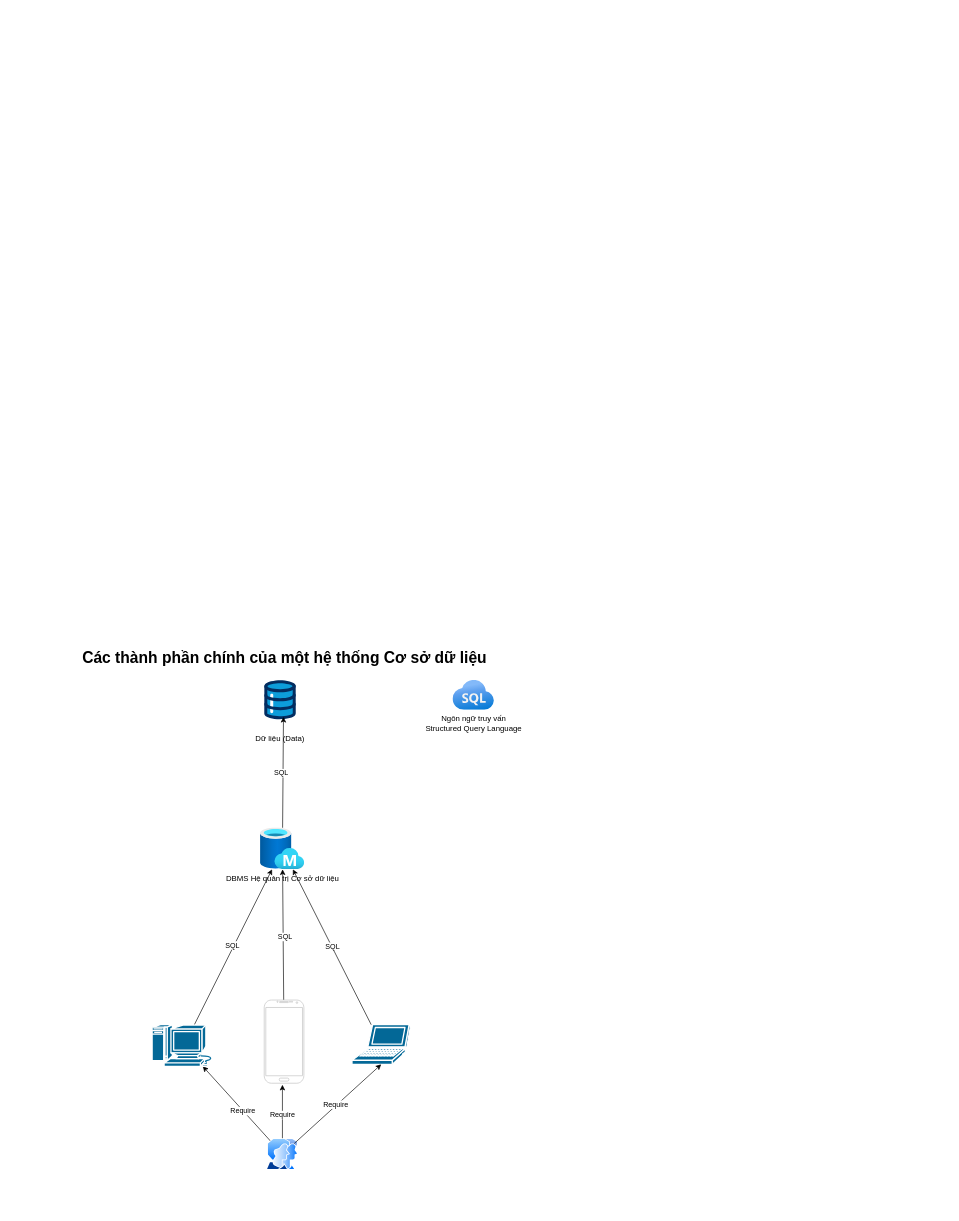
This is Cơ sở dữ liệu/Buổi 1/1. Góc nhìn tổng quan về môn học.drawio from OmenNDT/AI-Learning-Journey, a draw.io file, before an edit. Source tidied: cells renumbered, new cells numbered last; positions are measured from the earlier drawing's top-left corner, leaving out a move shared by most shapes. Both pictures are drawn from the tidied source at 65%, with x=0, y=0 at pixel (50, 645).
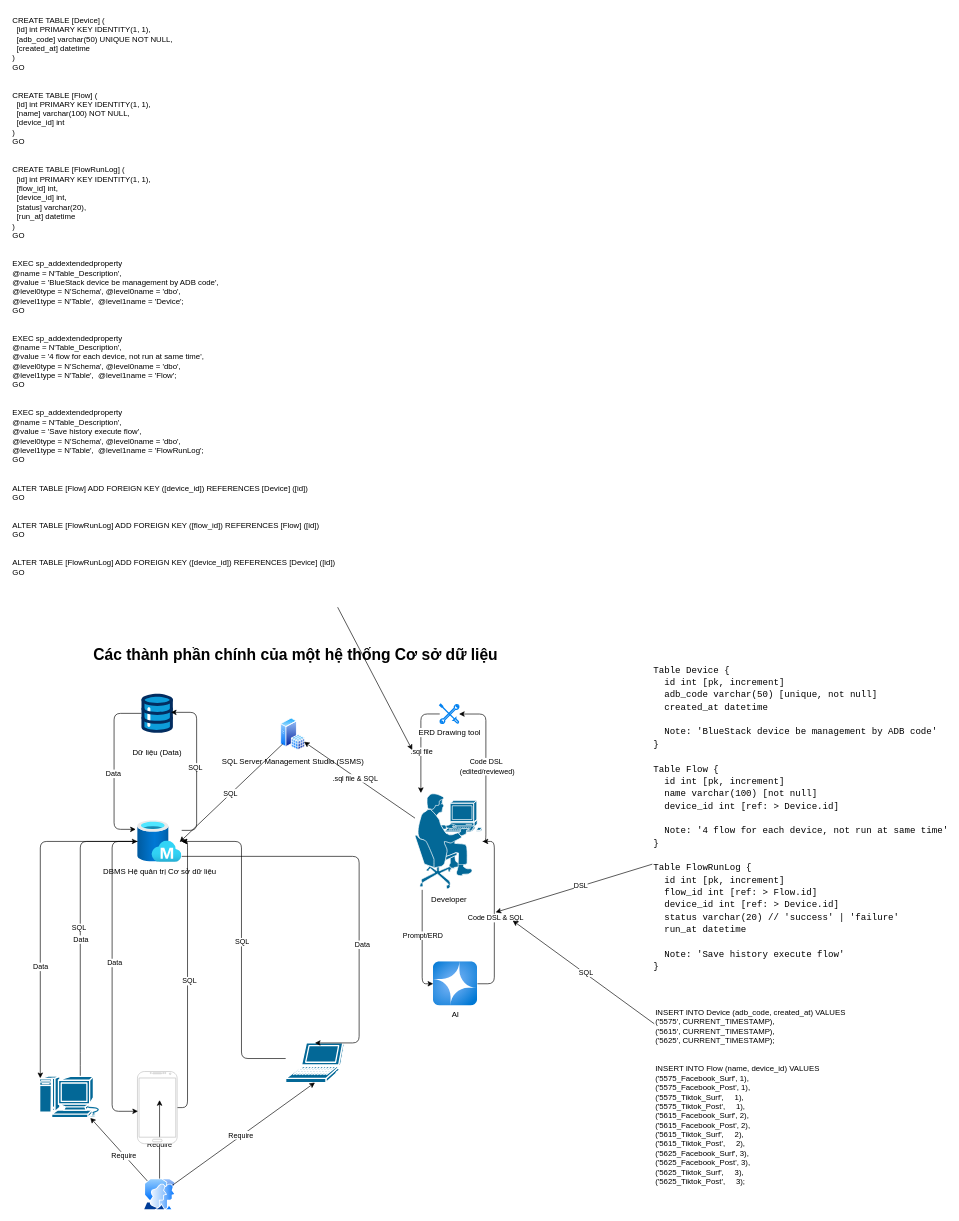
The same page after the edit.

Commit message (it also covers changes not shown here):
Update Folder Co so du lieu buoi 1

Change to the diagram source:
```diff
@@
     <mxCell id="2" value="Dữ liệu (Data)" style="verticalLabelPosition=bottom;html=1;shape=mxgraph.salesforce.data;" parent="1" vertex="1">
-      <mxGeometry x="329" y="54" width="48.6" height="60" as="geometry" />
+      <mxGeometry x="140" y="75" width="48.6" height="60" as="geometry" />
     </mxCell>
     <mxCell id="3" value="Các thành phần chính của một hệ thống Cơ sở dữ liệu" style="text;strokeColor=none;fillColor=none;html=1;fontSize=24;fontStyle=1;verticalAlign=middle;align=center;" parent="1" vertex="1">
-      <mxGeometry width="720" height="40" as="geometry" />
+      <mxGeometry x="17" y="-4" width="720" height="40" as="geometry" />
     </mxCell>
-    <mxCell id="4" value="Ngôn ngữ truy vấn&lt;div&gt;Structured Query Language&lt;br&gt;&lt;/div&gt;" style="image;html=1;align=center;fontSize=12;image=img/lib/azure2/databases/Azure_SQL.svg;" parent="1" vertex="1">
-      <mxGeometry x="619" y="54" width="64" height="46" as="geometry" />
-    </mxCell>
     <mxCell id="5" value="DBMS&amp;nbsp;Hệ quản trị Cơ sở dữ liệu" style="image;html=1;points=[];align=center;fontSize=12;image=img/lib/azure2/databases/Managed_Database.svg;" parent="1" vertex="1">
-      <mxGeometry x="323" y="281" width="68" height="64" as="geometry" />
+      <mxGeometry x="134" y="270" width="68" height="64" as="geometry" />
     </mxCell>
     <mxCell id="6" style="edgeStyle=none;html=1;" parent="1" edge="1" source="10">
       <mxGeometry relative="1" as="geometry">
-        <mxPoint x="357" y="676.4" as="targetPoint" />
+        <mxPoint x="168" y="700" as="targetPoint" />
       </mxGeometry>
     </mxCell>
@@
     <mxCell id="10" style="image;perimeter=ellipsePerimeter;html=1;align=center;shadow=0;dashed=0;spacingTop=3;image=img/lib/active_directory/user_accounts.svg;" parent="1" vertex="1">
-      <mxGeometry x="332" y="759" width="50" height="48.5" as="geometry" />
+      <mxGeometry x="143" y="821" width="50" height="48.5" as="geometry" />
     </mxCell>
-    <mxCell id="11" style="edgeStyle=none;html=1;" parent="1" edge="1" source="13" target="5">
-      <mxGeometry relative="1" as="geometry" />
+    <mxCell id="11" style="edgeStyle=orthogonalEdgeStyle;html=1;" parent="1" edge="1" source="13" target="5">
+      <mxGeometry relative="1" as="geometry">
+        <Array as="points">
+          <mxPoint x="211" y="712" />
+          <mxPoint x="211" y="302" />
+        </Array>
+      </mxGeometry>
     </mxCell>
@@
     <mxCell id="13" style="verticalLabelPosition=bottom;verticalAlign=top;html=1;shadow=0;dashed=0;strokeWidth=1;shape=mxgraph.android.phone2;strokeColor=#c0c0c0;" parent="1" vertex="1">
-      <mxGeometry x="329" y="546" width="61" height="128" as="geometry" />
+      <mxGeometry x="134" y="656" width="61" height="111" as="geometry" />
     </mxCell>
-    <mxCell id="14" style="edgeStyle=none;html=1;" parent="1" edge="1" source="16" target="5">
-      <mxGeometry relative="1" as="geometry" />
+    <mxCell id="14" style="edgeStyle=orthogonalEdgeStyle;html=1;" parent="1" edge="1" source="16" target="5">
+      <mxGeometry relative="1" as="geometry">
+        <Array as="points">
+          <mxPoint x="294" y="636" />
+          <mxPoint x="294" y="302" />
+        </Array>
+      </mxGeometry>
     </mxCell>
@@
     <mxCell id="16" style="shape=mxgraph.cisco.computers_and_peripherals.laptop;html=1;dashed=0;fillColor=#036897;strokeColor=#ffffff;strokeWidth=2;verticalLabelPosition=bottom;verticalAlign=top;align=center;outlineConnect=0;" parent="1" vertex="1">
-      <mxGeometry x="464" y="584" width="90" height="61" as="geometry" />
+      <mxGeometry x="362" y="612" width="90" height="61" as="geometry" />
     </mxCell>
-    <mxCell id="17" style="edgeStyle=none;html=1;" parent="1" edge="1" source="19" target="5">
-      <mxGeometry relative="1" as="geometry" />
+    <mxCell id="17" style="edgeStyle=orthogonalEdgeStyle;html=1;" parent="1" edge="1" source="19" target="5">
+      <mxGeometry relative="1" as="geometry">
+        <Array as="points">
+          <mxPoint x="46" y="637" />
+          <mxPoint x="46" y="302" />
+        </Array>
+      </mxGeometry>
     </mxCell>
@@
+    <mxCell id="24" value="Data" style="edgeLabel;html=1;align=center;verticalAlign=middle;" parent="17" vertex="1">
+      <mxGeometry x="-0.06" relative="1" as="geometry" />
+    </mxCell>
     <mxCell id="19" style="shape=mxgraph.cisco.computers_and_peripherals.macintosh;html=1;dashed=0;fillColor=#036897;strokeColor=#ffffff;strokeWidth=2;verticalLabelPosition=bottom;verticalAlign=top;align=center;outlineConnect=0;" parent="1" vertex="1">
-      <mxGeometry x="156" y="584" width="99" height="64" as="geometry" />
+      <mxGeometry x="-17" y="663" width="99" height="64" as="geometry" />
     </mxCell>
@@
-    <mxCell id="22" style="edgeStyle=none;html=1;entryX=0.61;entryY=0.941;entryDx=0;entryDy=0;entryPerimeter=0;" parent="1" edge="1" source="5" target="2">
-      <mxGeometry relative="1" as="geometry" />
+    <mxCell id="22" style="edgeStyle=orthogonalEdgeStyle;html=1;entryX=0.937;entryY=0.474;entryDx=0;entryDy=0;entryPerimeter=0;" parent="1" edge="1" source="5" target="2">
+      <mxGeometry relative="1" as="geometry">
+        <Array as="points">
+          <mxPoint x="225" y="285" />
+          <mxPoint x="225" y="103" />
+          <mxPoint x="186" y="103" />
+        </Array>
+      </mxGeometry>
     </mxCell>
@@
+    <mxCell id="25" value="SQL Server Management Studio (SSMS)" style="image;perimeter=ellipsePerimeter;html=1;align=center;shadow=0;dashed=0;spacingTop=3;image=img/lib/active_directory/sql_server.svg;" parent="1" vertex="1">
+      <mxGeometry x="354" y="112" width="38.5" height="50" as="geometry" />
+    </mxCell>
+    <mxCell id="26" style="edgeStyle=none;html=1;entryX=0.956;entryY=0.516;entryDx=0;entryDy=0;entryPerimeter=0;" parent="1" edge="1" source="25" target="5">
+      <mxGeometry relative="1" as="geometry" />
+    </mxCell>
+    <mxCell id="27" value="SQL" style="edgeLabel;html=1;align=center;verticalAlign=middle;" parent="26" vertex="1">
+      <mxGeometry x="0.01" y="-1" relative="1" as="geometry" />
+    </mxCell>
+    <mxCell id="28" style="edgeStyle=none;html=1;" parent="1" edge="1" source="34" target="25">
+      <mxGeometry relative="1" as="geometry" />
+    </mxCell>
+    <mxCell id="29" value=".sql file &amp;amp; SQL" style="edgeLabel;html=1;align=center;verticalAlign=middle;" parent="28" vertex="1">
+      <mxGeometry x="0.07" y="2" relative="1" as="geometry" />
+    </mxCell>
+    <mxCell id="30" style="edgeStyle=orthogonalEdgeStyle;html=1;" parent="1" edge="1" source="34" target="37">
+      <mxGeometry relative="1" as="geometry">
+        <Array as="points">
+          <mxPoint x="670" y="302" />
+          <mxPoint x="670" y="106" />
+        </Array>
+      </mxGeometry>
+    </mxCell>
+    <mxCell id="31" value="Code DSL&amp;nbsp;&lt;div&gt;(edited/reviewed)&lt;/div&gt;" style="edgeLabel;html=1;align=center;verticalAlign=middle;" parent="30" vertex="1">
+      <mxGeometry y="-1" relative="1" as="geometry" />
+    </mxCell>
+    <mxCell id="32" style="edgeStyle=orthogonalEdgeStyle;html=1;" parent="1" edge="1" source="34" target="40">
+      <mxGeometry relative="1" as="geometry">
+        <Array as="points">
+          <mxPoint x="572" y="521" />
+        </Array>
+      </mxGeometry>
+    </mxCell>
+    <mxCell id="33" value="Prompt/ERD" style="edgeLabel;html=1;align=center;verticalAlign=middle;" parent="32" vertex="1">
+      <mxGeometry x="-0.13" relative="1" as="geometry" />
+    </mxCell>
+    <mxCell id="34" value="Developer" style="shape=mxgraph.cisco.people.pc_man;html=1;dashed=0;fillColor=#036897;strokeColor=#ffffff;strokeWidth=2;verticalLabelPosition=bottom;verticalAlign=top;align=center;outlineConnect=0;" parent="1" vertex="1">
+      <mxGeometry x="561" y="227.5" width="104" height="149" as="geometry" />
+    </mxCell>
+    <mxCell id="35" style="edgeStyle=orthogonalEdgeStyle;html=1;" parent="1" edge="1" source="37" target="34">
+      <mxGeometry relative="1" as="geometry">
+        <Array as="points">
+          <mxPoint x="570" y="106" />
+        </Array>
+      </mxGeometry>
+    </mxCell>
+    <mxCell id="36" value=".sql file" style="edgeLabel;html=1;align=center;verticalAlign=middle;" parent="35" vertex="1">
+      <mxGeometry x="0.16" relative="1" as="geometry" />
+    </mxCell>
+    <mxCell id="37" value="ERD Drawing tool" style="html=1;verticalLabelPosition=bottom;align=center;labelBackgroundColor=#ffffff;verticalAlign=top;strokeWidth=2;strokeColor=#0080F0;shadow=0;dashed=0;shape=mxgraph.ios7.icons.tools;" parent="1" vertex="1">
+      <mxGeometry x="599" y="91" width="29.7" height="29.7" as="geometry" />
+    </mxCell>
+    <mxCell id="38" style="edgeStyle=orthogonalEdgeStyle;html=1;" parent="1" edge="1" source="40" target="34">
+      <mxGeometry relative="1" as="geometry">
+        <Array as="points">
+          <mxPoint x="683" y="521" />
+          <mxPoint x="683" y="302" />
+        </Array>
+      </mxGeometry>
+    </mxCell>
+    <mxCell id="39" value="Code DSL &amp;amp; SQL" style="edgeLabel;html=1;align=center;verticalAlign=middle;" parent="38" vertex="1">
+      <mxGeometry x="-0.03" y="-1" relative="1" as="geometry" />
+    </mxCell>
+    <mxCell id="40" value="AI" style="image;html=1;points=[];align=center;fontSize=12;image=img/lib/azure2/ai_machine_learning/Azure_OpenAI.svg;" parent="1" vertex="1">
+      <mxGeometry x="589" y="487" width="68" height="68" as="geometry" />
+    </mxCell>
+    <mxCell id="41" style="edgeStyle=orthogonalEdgeStyle;html=1;entryX=0.015;entryY=0.05;entryDx=0;entryDy=0;entryPerimeter=0;" parent="1" edge="1" source="5" target="19">
+      <mxGeometry relative="1" as="geometry" />
+    </mxCell>
+    <mxCell id="42" value="Data" style="edgeLabel;html=1;align=center;verticalAlign=middle;" parent="41" vertex="1">
+      <mxGeometry x="0.33" relative="1" as="geometry" />
+    </mxCell>
+    <mxCell id="43" style="edgeStyle=orthogonalEdgeStyle;html=1;entryX=0.5;entryY=0;entryDx=0;entryDy=0;entryPerimeter=0;" parent="1" edge="1" source="5" target="16">
+      <mxGeometry relative="1" as="geometry">
+        <Array as="points">
+          <mxPoint x="475" y="325" />
+          <mxPoint x="475" y="612" />
+        </Array>
+      </mxGeometry>
+    </mxCell>
+    <mxCell id="44" value="Data" style="edgeLabel;html=1;align=center;verticalAlign=middle;" parent="43" vertex="1">
+      <mxGeometry x="0.3" y="4" relative="1" as="geometry" />
+    </mxCell>
+    <mxCell id="45" style="edgeStyle=orthogonalEdgeStyle;html=1;entryX=0.013;entryY=0.551;entryDx=0;entryDy=0;entryPerimeter=0;" parent="1" edge="1" source="5" target="13">
+      <mxGeometry relative="1" as="geometry">
+        <Array as="points">
+          <mxPoint x="95" y="302" />
+          <mxPoint x="95" y="717" />
+        </Array>
+      </mxGeometry>
+    </mxCell>
+    <mxCell id="46" value="Data" style="edgeLabel;html=1;align=center;verticalAlign=middle;" parent="45" vertex="1">
+      <mxGeometry x="-0.09" y="3" relative="1" as="geometry" />
+    </mxCell>
+    <mxCell id="47" style="edgeStyle=orthogonalEdgeStyle;html=1;entryX=-0.039;entryY=0.21;entryDx=0;entryDy=0;entryPerimeter=0;" parent="1" edge="1" source="2" target="5">
+      <mxGeometry relative="1" as="geometry">
+        <Array as="points">
+          <mxPoint x="98" y="105" />
+          <mxPoint x="98" y="283" />
+        </Array>
+      </mxGeometry>
+    </mxCell>
+    <mxCell id="48" value="Data" style="edgeLabel;html=1;align=center;verticalAlign=middle;" parent="47" vertex="1">
+      <mxGeometry x="0.06" y="-2" relative="1" as="geometry" />
+    </mxCell>
+    <mxCell id="49" style="edgeStyle=none;html=1;" parent="1" edge="1" source="51">
+      <mxGeometry relative="1" as="geometry">
+        <mxPoint x="685" y="411" as="targetPoint" />
+      </mxGeometry>
+    </mxCell>
+    <mxCell id="50" value="DSL" style="edgeLabel;html=1;align=center;verticalAlign=middle;" parent="49" vertex="1">
+      <mxGeometry x="-0.09" y="-1" relative="1" as="geometry" />
+    </mxCell>
+    <mxCell id="51" value="&lt;div style=&quot;font-family: Consolas, &amp;quot;Courier New&amp;quot;, monospace; font-weight: normal; font-size: 14px; line-height: 19px; white-space-collapse: preserve;&quot;&gt;&lt;div&gt;&lt;span style=&quot;&quot;&gt;Table&lt;/span&gt;&lt;span style=&quot;&quot;&gt; Device {&lt;/span&gt;&lt;/div&gt;&lt;div&gt;&lt;span style=&quot;&quot;&gt;&amp;nbsp; id &lt;/span&gt;&lt;span style=&quot;&quot;&gt;int&lt;/span&gt;&lt;span style=&quot;&quot;&gt; [&lt;/span&gt;&lt;span style=&quot;&quot;&gt;pk&lt;/span&gt;&lt;span style=&quot;&quot;&gt;,&lt;/span&gt;&lt;span style=&quot;&quot;&gt; &lt;/span&gt;&lt;span style=&quot;&quot;&gt;increment&lt;/span&gt;&lt;span style=&quot;&quot;&gt;]&lt;/span&gt;&lt;/div&gt;&lt;div&gt;&lt;span style=&quot;&quot;&gt;&amp;nbsp; adb_code &lt;/span&gt;&lt;span style=&quot;&quot;&gt;varchar&lt;/span&gt;&lt;span style=&quot;&quot;&gt;(&lt;/span&gt;&lt;span style=&quot;&quot;&gt;50&lt;/span&gt;&lt;span style=&quot;&quot;&gt;) [&lt;/span&gt;&lt;span style=&quot;&quot;&gt;unique&lt;/span&gt;&lt;span style=&quot;&quot;&gt;,&lt;/span&gt;&lt;span style=&quot;&quot;&gt; &lt;/span&gt;&lt;span style=&quot;&quot;&gt;not&lt;/span&gt;&lt;span style=&quot;&quot;&gt; &lt;/span&gt;&lt;span style=&quot;&quot;&gt;null&lt;/span&gt;&lt;span style=&quot;&quot;&gt;]&lt;/span&gt;&lt;/div&gt;&lt;div&gt;&lt;span style=&quot;&quot;&gt;&amp;nbsp; created_at &lt;/span&gt;&lt;span style=&quot;&quot;&gt;datetime&lt;/span&gt;&lt;/div&gt;&lt;br&gt;&lt;div&gt;&lt;span style=&quot;&quot;&gt;&amp;nbsp; &lt;/span&gt;&lt;span style=&quot;&quot;&gt;Note&lt;/span&gt;&lt;span style=&quot;&quot;&gt;:&lt;/span&gt;&lt;span style=&quot;&quot;&gt; &lt;/span&gt;&lt;span style=&quot;&quot;&gt;'BlueStack device be management by ADB code'&lt;/span&gt;&lt;/div&gt;&lt;div&gt;&lt;span style=&quot;&quot;&gt;}&lt;/span&gt;&lt;/div&gt;&lt;br&gt;&lt;div&gt;&lt;span style=&quot;&quot;&gt;Table&lt;/span&gt;&lt;span style=&quot;&quot;&gt; Flow {&lt;/span&gt;&lt;/div&gt;&lt;div&gt;&lt;span style=&quot;&quot;&gt;&amp;nbsp; id &lt;/span&gt;&lt;span style=&quot;&quot;&gt;int&lt;/span&gt;&lt;span style=&quot;&quot;&gt; [&lt;/span&gt;&lt;span style=&quot;&quot;&gt;pk&lt;/span&gt;&lt;span style=&quot;&quot;&gt;,&lt;/span&gt;&lt;span style=&quot;&quot;&gt; &lt;/span&gt;&lt;span style=&quot;&quot;&gt;increment&lt;/span&gt;&lt;span style=&quot;&quot;&gt;]&lt;/span&gt;&lt;/div&gt;&lt;div&gt;&lt;span style=&quot;&quot;&gt;&amp;nbsp; name &lt;/span&gt;&lt;span style=&quot;&quot;&gt;varchar&lt;/span&gt;&lt;span style=&quot;&quot;&gt;(&lt;/span&gt;&lt;span style=&quot;&quot;&gt;100&lt;/span&gt;&lt;span style=&quot;&quot;&gt;) [&lt;/span&gt;&lt;span style=&quot;&quot;&gt;not&lt;/span&gt;&lt;span style=&quot;&quot;&gt; &lt;/span&gt;&lt;span style=&quot;&quot;&gt;null&lt;/span&gt;&lt;span style=&quot;&quot;&gt;]&lt;/span&gt;&lt;/div&gt;&lt;div&gt;&lt;span style=&quot;&quot;&gt;&amp;nbsp; device_id &lt;/span&gt;&lt;span style=&quot;&quot;&gt;int&lt;/span&gt;&lt;span style=&quot;&quot;&gt; [&lt;/span&gt;&lt;span style=&quot;&quot;&gt;ref&lt;/span&gt;&lt;span style=&quot;&quot;&gt;:&lt;/span&gt;&lt;span style=&quot;&quot;&gt; &amp;gt; Device&lt;/span&gt;&lt;span style=&quot;&quot;&gt;.&lt;/span&gt;&lt;span style=&quot;&quot;&gt;id]&lt;/span&gt;&lt;/div&gt;&lt;br&gt;&lt;div&gt;&lt;span style=&quot;&quot;&gt;&amp;nbsp; &lt;/span&gt;&lt;span style=&quot;&quot;&gt;Note&lt;/span&gt;&lt;span style=&quot;&quot;&gt;:&lt;/span&gt;&lt;span style=&quot;&quot;&gt; &lt;/span&gt;&lt;span style=&quot;&quot;&gt;'4 flow for each device, not run at same time'&lt;/span&gt;&lt;/div&gt;&lt;div&gt;&lt;span style=&quot;&quot;&gt;}&lt;/span&gt;&lt;/div&gt;&lt;br&gt;&lt;div&gt;&lt;span style=&quot;&quot;&gt;Table&lt;/span&gt;&lt;span style=&quot;&quot;&gt; FlowRunLog {&lt;/span&gt;&lt;/div&gt;&lt;div&gt;&lt;span style=&quot;&quot;&gt;&amp;nbsp; id &lt;/span&gt;&lt;span style=&quot;&quot;&gt;int&lt;/span&gt;&lt;span style=&quot;&quot;&gt; [&lt;/span&gt;&lt;span style=&quot;&quot;&gt;pk&lt;/span&gt;&lt;span style=&quot;&quot;&gt;,&lt;/span&gt;&lt;span style=&quot;&quot;&gt; &lt;/span&gt;&lt;span style=&quot;&quot;&gt;increment&lt;/span&gt;&lt;span style=&quot;&quot;&gt;]&lt;/span&gt;&lt;/div&gt;&lt;div&gt;&lt;span style=&quot;&quot;&gt;&amp;nbsp; flow_id &lt;/span&gt;&lt;span style=&quot;&quot;&gt;int&lt;/span&gt;&lt;span style=&quot;&quot;&gt; [&lt;/span&gt;&lt;span style=&quot;&quot;&gt;ref&lt;/span&gt;&lt;span style=&quot;&quot;&gt;:&lt;/span&gt;&lt;span style=&quot;&quot;&gt; &amp;gt; Flow&lt;/span&gt;&lt;span style=&quot;&quot;&gt;.&lt;/span&gt;&lt;span style=&quot;&quot;&gt;id]&lt;/span&gt;&lt;/div&gt;&lt;div&gt;&lt;span style=&quot;&quot;&gt;&amp;nbsp; device_id &lt;/span&gt;&lt;span style=&quot;&quot;&gt;int&lt;/span&gt;&lt;span style=&quot;&quot;&gt; [&lt;/span&gt;&lt;span style=&quot;&quot;&gt;ref&lt;/span&gt;&lt;span style=&quot;&quot;&gt;:&lt;/span&gt;&lt;span style=&quot;&quot;&gt; &amp;gt; Device&lt;/span&gt;&lt;span style=&quot;&quot;&gt;.&lt;/span&gt;&lt;span style=&quot;&quot;&gt;id]&lt;/span&gt;&lt;/div&gt;&lt;div&gt;&lt;span style=&quot;&quot;&gt;&amp;nbsp; status &lt;/span&gt;&lt;span style=&quot;&quot;&gt;varchar&lt;/span&gt;&lt;span style=&quot;&quot;&gt;(&lt;/span&gt;&lt;span style=&quot;&quot;&gt;20&lt;/span&gt;&lt;span style=&quot;&quot;&gt;) &lt;/span&gt;&lt;span style=&quot;&quot;&gt;// 'success' | 'failure'&lt;/span&gt;&lt;/div&gt;&lt;div&gt;&lt;span style=&quot;&quot;&gt;&amp;nbsp; run_at &lt;/span&gt;&lt;span style=&quot;&quot;&gt;datetime&lt;/span&gt;&lt;/div&gt;&lt;br&gt;&lt;div&gt;&lt;span style=&quot;&quot;&gt;&amp;nbsp; &lt;/span&gt;&lt;span style=&quot;&quot;&gt;Note&lt;/span&gt;&lt;span style=&quot;&quot;&gt;:&lt;/span&gt;&lt;span style=&quot;&quot;&gt; &lt;/span&gt;&lt;span style=&quot;&quot;&gt;'Save history execute flow'&lt;/span&gt;&lt;/div&gt;&lt;div&gt;&lt;span style=&quot;&quot;&gt;}&lt;/span&gt;&lt;/div&gt;&lt;/div&gt;" style="text;html=1;fontSize=24;fontStyle=1;verticalAlign=middle;align=left;fontColor=default;labelBackgroundColor=none;whiteSpace=wrap;" parent="1" vertex="1">
+      <mxGeometry x="926" y="4" width="456" height="526" as="geometry" />
+    </mxCell>
+    <mxCell id="52" style="edgeStyle=none;html=1;" parent="1" edge="1" source="53">
+      <mxGeometry relative="1" as="geometry">
+        <mxPoint x="556.7" y="161.3" as="targetPoint" />
+      </mxGeometry>
+    </mxCell>
+    <mxCell id="53" value="CREATE TABLE [Device] (&#10;  [id] int PRIMARY KEY IDENTITY(1, 1),&#10;  [adb_code] varchar(50) UNIQUE NOT NULL,&#10;  [created_at] datetime&#10;)&#10;GO&#10;&#10;&#10;CREATE TABLE [Flow] (&#10;  [id] int PRIMARY KEY IDENTITY(1, 1),&#10;  [name] varchar(100) NOT NULL,&#10;  [device_id] int&#10;)&#10;GO&#10;&#10;&#10;CREATE TABLE [FlowRunLog] (&#10;  [id] int PRIMARY KEY IDENTITY(1, 1),&#10;  [flow_id] int,&#10;  [device_id] int,&#10;  [status] varchar(20),&#10;  [run_at] datetime&#10;)&#10;GO&#10;&#10;&#10;EXEC sp_addextendedproperty&#10;@name = N'Table_Description',&#10;@value = 'BlueStack device be management by ADB code',&#10;@level0type = N'Schema', @level0name = 'dbo',&#10;@level1type = N'Table',  @level1name = 'Device';&#10;GO&#10;&#10;&#10;EXEC sp_addextendedproperty&#10;@name = N'Table_Description',&#10;@value = '4 flow for each device, not run at same time',&#10;@level0type = N'Schema', @level0name = 'dbo',&#10;@level1type = N'Table',  @level1name = 'Flow';&#10;GO&#10;&#10;&#10;EXEC sp_addextendedproperty&#10;@name = N'Table_Description',&#10;@value = 'Save history execute flow',&#10;@level0type = N'Schema', @level0name = 'dbo',&#10;@level1type = N'Table',  @level1name = 'FlowRunLog';&#10;GO&#10;&#10;&#10;ALTER TABLE [Flow] ADD FOREIGN KEY ([device_id]) REFERENCES [Device] ([id])&#10;GO&#10;&#10;&#10;ALTER TABLE [FlowRunLog] ADD FOREIGN KEY ([flow_id]) REFERENCES [Flow] ([id])&#10;GO&#10;&#10;&#10;ALTER TABLE [FlowRunLog] ADD FOREIGN KEY ([device_id]) REFERENCES [Device] ([id])&#10;GO" style="text;whiteSpace=wrap;" parent="1" vertex="1">
+      <mxGeometry x="-60" y="-975" width="525" height="916.7" as="geometry" />
+    </mxCell>
+    <mxCell id="54" style="edgeStyle=none;html=1;" parent="1" edge="1" source="56">
+      <mxGeometry relative="1" as="geometry">
+        <mxPoint x="711.3" y="423.8" as="targetPoint" />
+      </mxGeometry>
+    </mxCell>
+    <mxCell id="55" value="SQL" style="edgeLabel;html=1;align=center;verticalAlign=middle;" parent="54" vertex="1">
+      <mxGeometry x="-0.02" y="-2" relative="1" as="geometry" />
+    </mxCell>
+    <mxCell id="56" value="INSERT INTO Device (adb_code, created_at) VALUES&#10;('5575', CURRENT_TIMESTAMP),&#10;('5615', CURRENT_TIMESTAMP),&#10;('5625', CURRENT_TIMESTAMP);&#10;&#10;&#10;INSERT INTO Flow (name, device_id) VALUES&#10;('5575_Facebook_Surf', 1),&#10;('5575_Facebook_Post', 1),&#10;('5575_Tiktok_Surf',     1),&#10;('5575_Tiktok_Post',     1),&#10;('5615_Facebook_Surf', 2),&#10;('5615_Facebook_Post', 2),&#10;('5615_Tiktok_Surf',     2),&#10;('5615_Tiktok_Post',     2),&#10;('5625_Facebook_Surf', 3),&#10;('5625_Facebook_Post', 3),&#10;('5625_Tiktok_Surf',     3),&#10;('5625_Tiktok_Post',     3);" style="text;whiteSpace=wrap;" parent="1" vertex="1">
+      <mxGeometry x="929" y="552" width="321" height="295" as="geometry" />
+    </mxCell>
```
